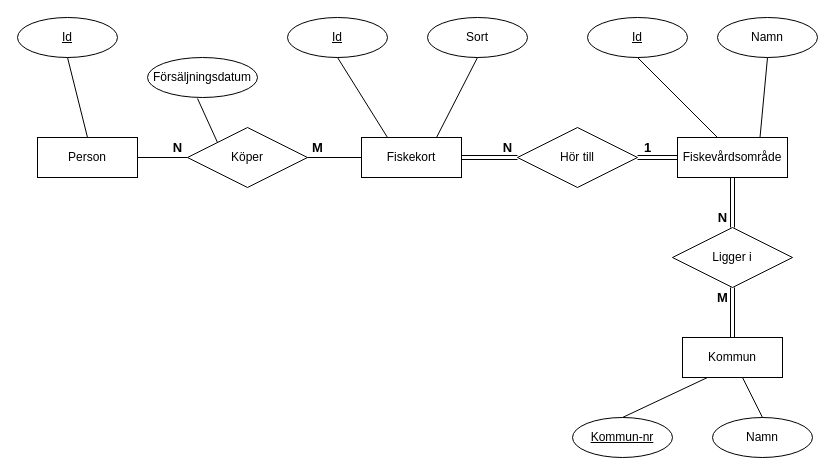
Above: Fiskevard.drawio in Ingelisun/ERmodels (draw.io), before the change. Source tidied: cells renumbered, new cells numbered last; positions are measured from the earlier drawing's top-left corner, leaving out a move shared by most shapes. Both pictures are drawn from the tidied source at 100%, with x=0, y=0 at pixel (17, 17).
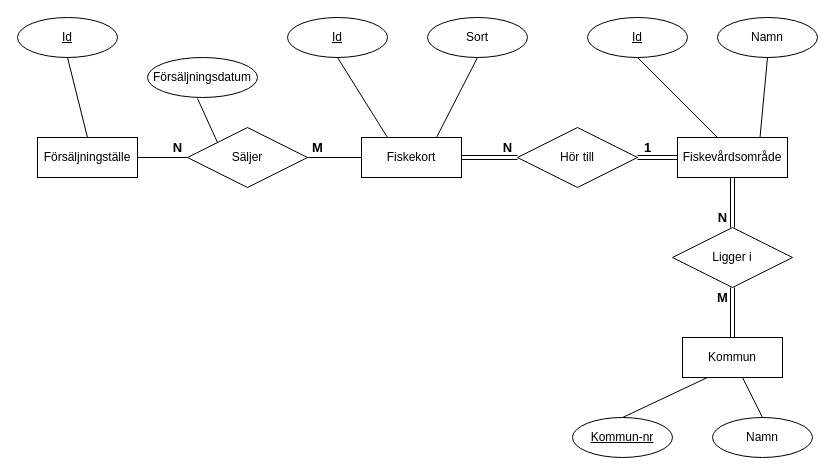
After the change.

Diff of the diagram source:
```diff
@@
-    <mxCell id="2" value="Person" style="whiteSpace=wrap;html=1;align=center;" parent="1" vertex="1">
+    <mxCell id="2" value="Försäljningställe" style="whiteSpace=wrap;html=1;align=center;" parent="1" vertex="1">
       <mxGeometry x="20" y="120" width="100" height="40" as="geometry" />
     </mxCell>
-    <mxCell id="3" value="Köper" style="shape=rhombus;perimeter=rhombusPerimeter;whiteSpace=wrap;html=1;align=center;" parent="1" vertex="1">
+    <mxCell id="3" value="Säljer" style="shape=rhombus;perimeter=rhombusPerimeter;whiteSpace=wrap;html=1;align=center;" parent="1" vertex="1">
       <mxGeometry x="170" y="110" width="120" height="60" as="geometry" />
     </mxCell>
```
